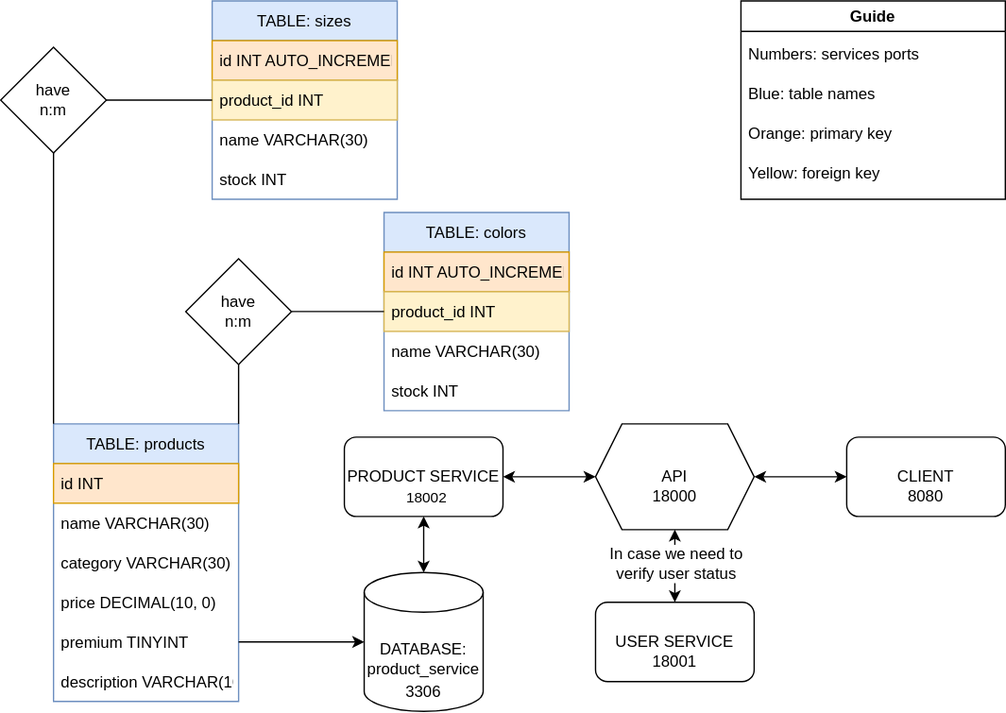
Above: assets/fullstack-toolbox-flows.drawio.svg in realfranser/fullstack-toolbox (draw.io), before the change. Source tidied: cells renumbered, new cells last; positions are measured from the earlier drawing's top-left corner, leaving out a move shared by most shapes.
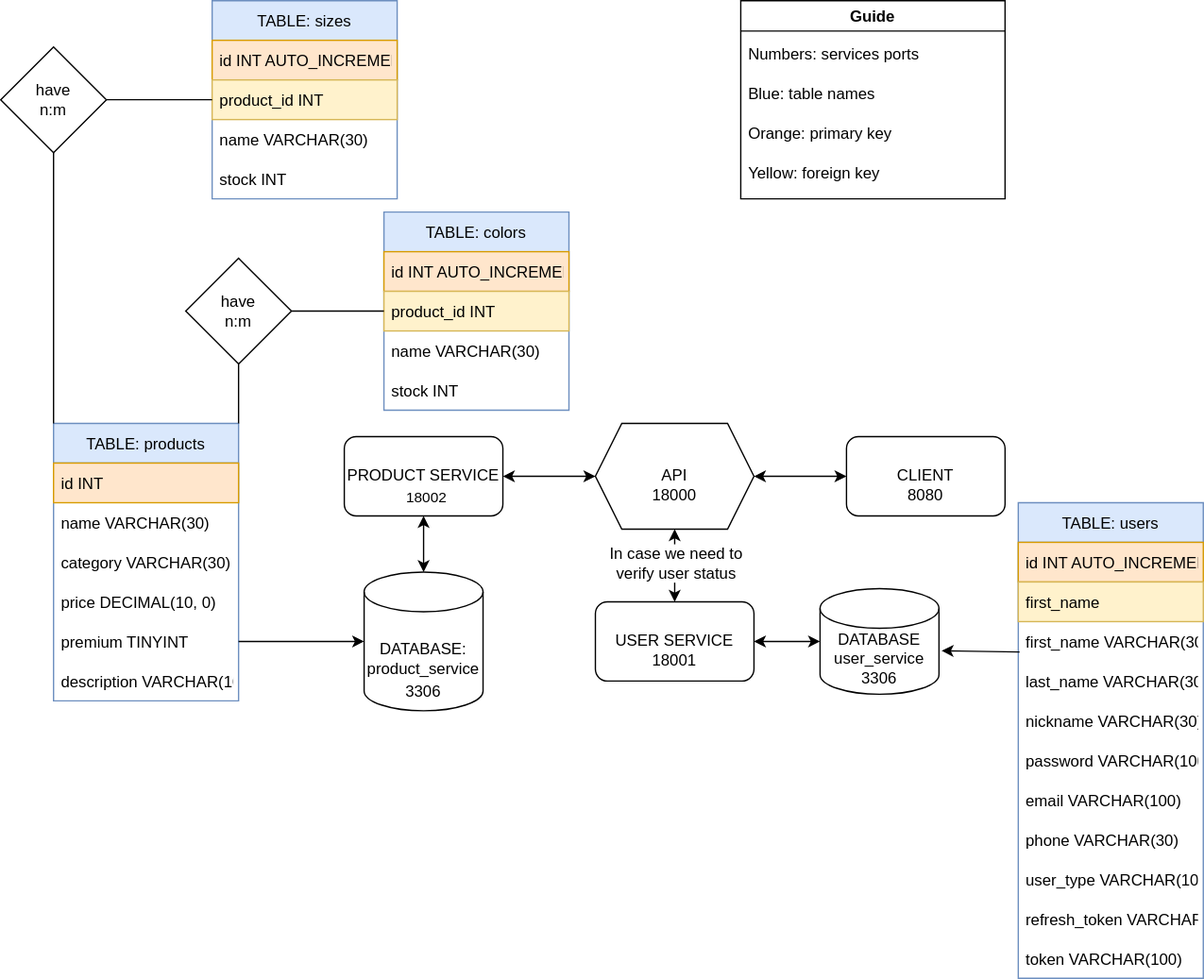
The same diagram one commit later.

What changed in the source:
```diff
@@ -140,5 +140,50 @@
     <mxCell id="45" value="Yellow: foreign key" style="text;strokeColor=none;fillColor=none;align=left;verticalAlign=middle;spacingLeft=4;spacingRight=4;overflow=hidden;" parent="41" vertex="1">
       <mxGeometry y="115" width="190" height="30" as="geometry" />
     </mxCell>
+    <mxCell id="46" style="endArrow=classic;startArrow=classic;html=1;rounded=0;exitX=1;exitY=0.5;exitDx=0;exitDy=0;entryX=0;entryY=0.5;entryDx=0;entryDy=0;entryPerimeter=0;" parent="1" edge="1" source="16" target="47">
+      <mxGeometry relative="1" as="geometry" />
+    </mxCell>
+    <mxCell id="47" value="DATABASE&lt;br&gt;user_service&lt;br&gt;3306" style="shape=cylinder3;whiteSpace=wrap;html=1;boundedLbl=1;backgroundOutline=1;size=15;" parent="1" vertex="1">
+      <mxGeometry x="620" y="445" width="90" height="80" as="geometry" />
+    </mxCell>
+    <mxCell id="48" value="TABLE: users" style="swimlane;fontStyle=0;horizontal=1;startSize=30;fillColor=#dae8fc;strokeColor=#6c8ebf;" parent="1" vertex="1">
+      <mxGeometry x="770" y="380" width="140" height="360" as="geometry" />
+    </mxCell>
+    <mxCell id="49" value="id INT AUTO_INCREMENT" style="text;strokeColor=#d79b00;fillColor=#ffe6cc;align=left;verticalAlign=middle;spacingLeft=4;spacingRight=4;overflow=hidden;" parent="48" vertex="1">
+      <mxGeometry y="30" width="140" height="30" as="geometry" />
+    </mxCell>
+    <mxCell id="50" value="first_name" style="text;strokeColor=#d6b656;fillColor=#fff2cc;align=left;verticalAlign=middle;spacingLeft=4;spacingRight=4;overflow=hidden;" parent="48" vertex="1">
+      <mxGeometry y="60" width="140" height="30" as="geometry" />
+    </mxCell>
+    <mxCell id="51" value="first_name VARCHAR(30)" style="text;strokeColor=none;fillColor=none;align=left;verticalAlign=middle;spacingLeft=4;spacingRight=4;overflow=hidden;points=[[0,0.5],[1,0.5]];portConstraint=eastwest;" parent="48" vertex="1">
+      <mxGeometry y="90" width="140" height="30" as="geometry" />
+    </mxCell>
+    <mxCell id="52" value="last_name VARCHAR(30)" style="text;strokeColor=none;fillColor=none;align=left;verticalAlign=middle;spacingLeft=4;spacingRight=4;overflow=hidden;" parent="48" vertex="1">
+      <mxGeometry y="120" width="140" height="30" as="geometry" />
+    </mxCell>
+    <mxCell id="53" value="nickname VARCHAR(30)" style="text;strokeColor=none;fillColor=none;align=left;verticalAlign=middle;spacingLeft=4;spacingRight=4;overflow=hidden;" parent="48" vertex="1">
+      <mxGeometry y="150" width="140" height="30" as="geometry" />
+    </mxCell>
+    <mxCell id="54" value="password VARCHAR(100)" style="text;strokeColor=none;fillColor=none;align=left;verticalAlign=middle;spacingLeft=4;spacingRight=4;overflow=hidden;" parent="48" vertex="1">
+      <mxGeometry y="180" width="140" height="30" as="geometry" />
+    </mxCell>
+    <mxCell id="55" value="email VARCHAR(100)" style="text;strokeColor=none;fillColor=none;align=left;verticalAlign=middle;spacingLeft=4;spacingRight=4;overflow=hidden;" parent="48" vertex="1">
+      <mxGeometry y="210" width="140" height="30" as="geometry" />
+    </mxCell>
+    <mxCell id="56" value="phone VARCHAR(30)" style="text;strokeColor=none;fillColor=none;align=left;verticalAlign=middle;spacingLeft=4;spacingRight=4;overflow=hidden;" parent="48" vertex="1">
+      <mxGeometry y="240" width="140" height="30" as="geometry" />
+    </mxCell>
+    <mxCell id="57" value="user_type VARCHAR(10)" style="text;strokeColor=none;fillColor=none;align=left;verticalAlign=middle;spacingLeft=4;spacingRight=4;overflow=hidden;" parent="48" vertex="1">
+      <mxGeometry y="270" width="140" height="30" as="geometry" />
+    </mxCell>
+    <mxCell id="58" value="refresh_token VARCHAR(100)" style="text;strokeColor=none;fillColor=none;align=left;verticalAlign=middle;spacingLeft=4;spacingRight=4;overflow=hidden;" parent="48" vertex="1">
+      <mxGeometry y="300" width="140" height="30" as="geometry" />
+    </mxCell>
+    <mxCell id="59" value="token VARCHAR(100)" style="text;strokeColor=none;fillColor=none;align=left;verticalAlign=middle;spacingLeft=4;spacingRight=4;overflow=hidden;" parent="48" vertex="1">
+      <mxGeometry y="330" width="140" height="30" as="geometry" />
+    </mxCell>
+    <mxCell id="60" style="endArrow=classic;html=1;rounded=0;exitX=0.007;exitY=0.767;exitDx=0;exitDy=0;entryX=1.022;entryY=0.588;entryDx=0;entryDy=0;entryPerimeter=0;exitPerimeter=0;" parent="1" edge="1" source="51" target="47">
+      <mxGeometry relative="1" as="geometry" />
+    </mxCell>
   </root>
 </mxGraphModel>
```
